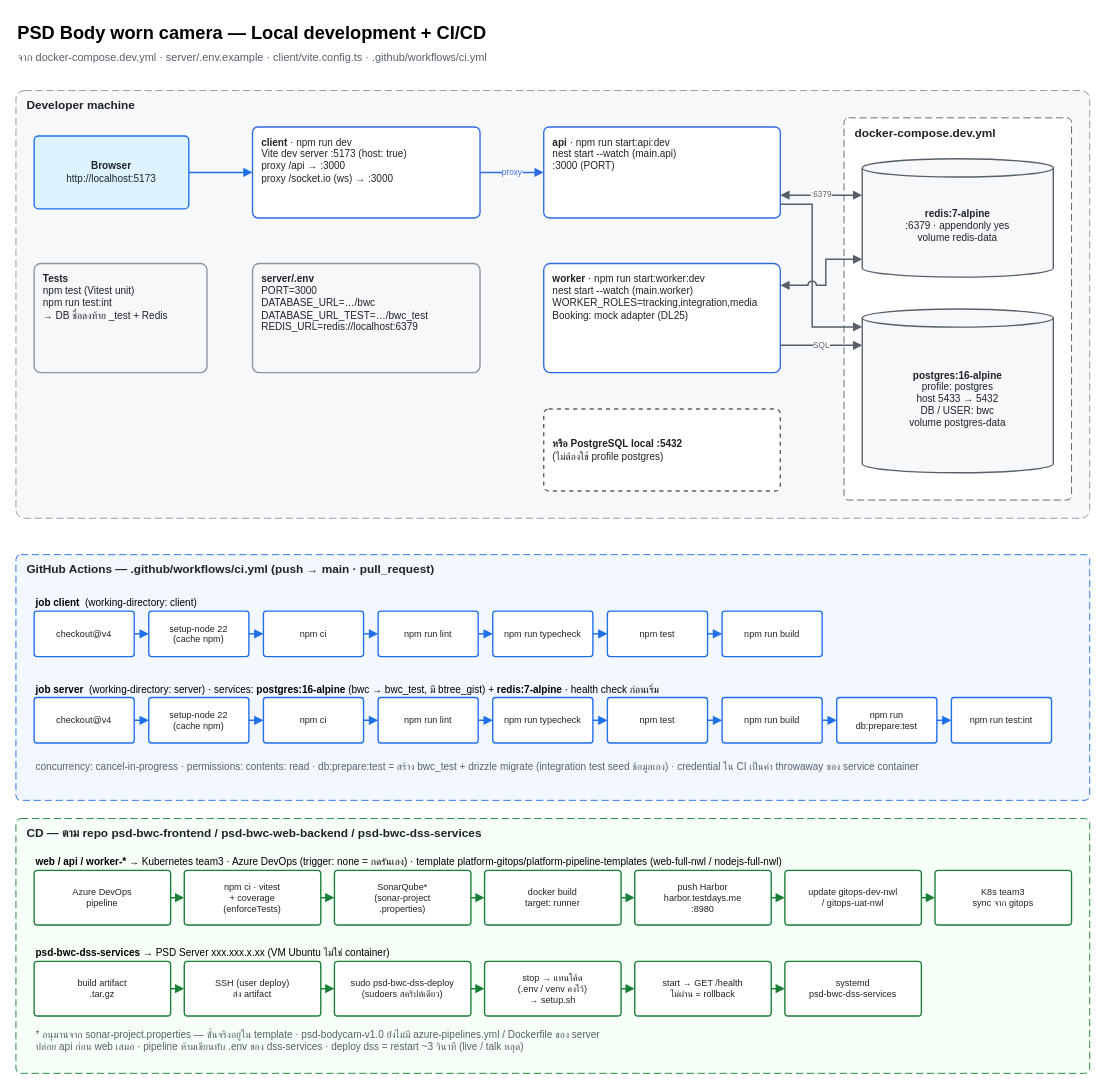
Above: page "Local dev + CI/CD" (2 of 2) of docs/diagrams/infrastructure.drawio in b-werayut/psd-bodycam-v1.0 (draw.io), before the change. Source tidied: cells renumbered, new cells numbered last; positions are measured from the earlier drawing's top-left corner, leaving out a move shared by most shapes. Both pictures are drawn from the tidied source at 91%, with x=0, y=0 at pixel (15, 15).
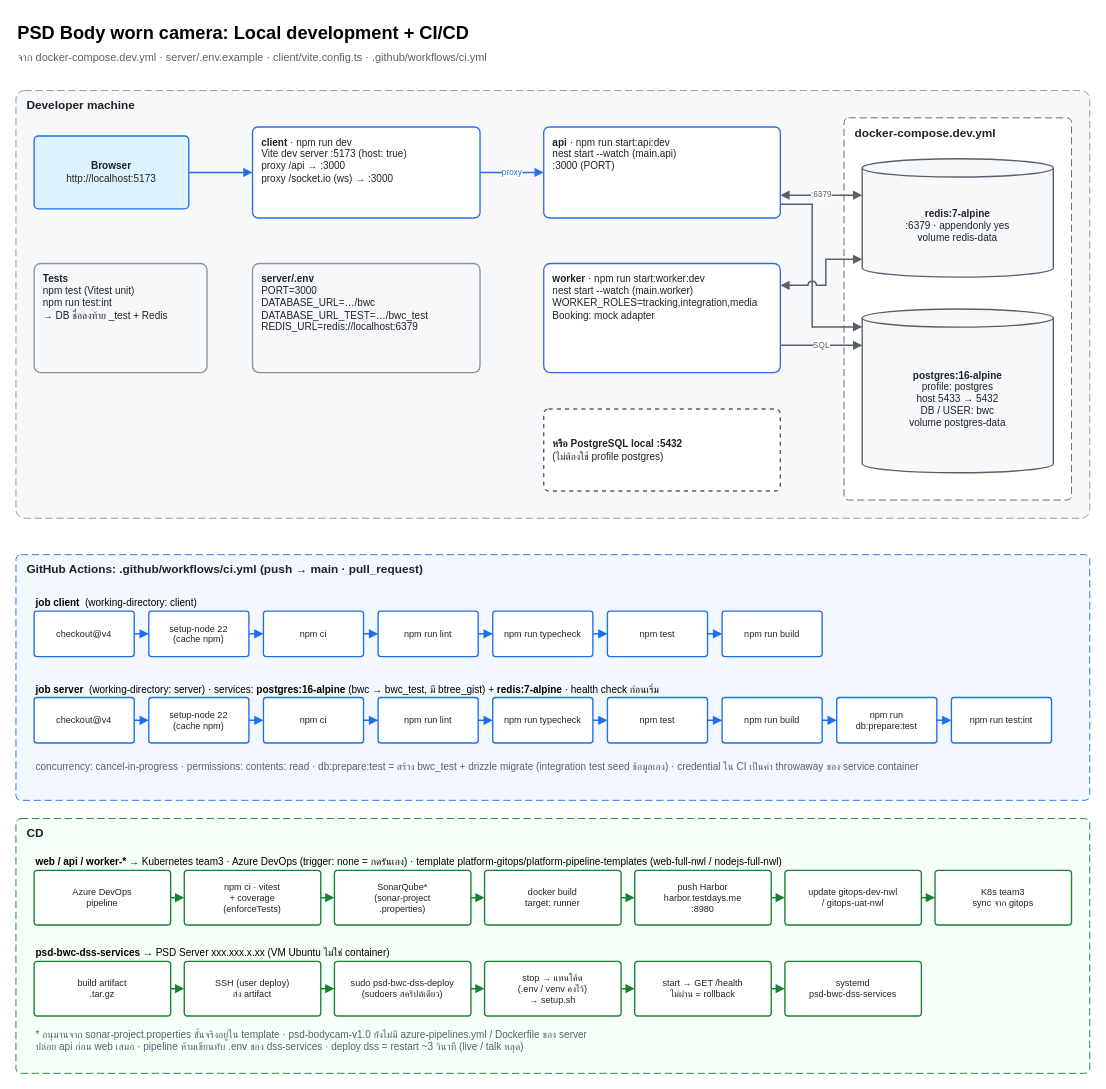
The same diagram, later.

Unchanged cells that the change refers to:
```xml
<mxCell id="4" value="Developer machine" style="rounded=1;arcSize=2;whiteSpace=wrap;html=1;dashed=1;dashPattern=8 4;verticalAlign=top;align=left;spacingLeft=10;spacingTop=2;fontStyle=1;fontSize=13;fontColor=#1F2328;fillColor=#F6F8FA;strokeColor=#8C959F;" parent="1" vertex="1">
  <mxGeometry y="82" width="1180" height="470" as="geometry" />
</mxCell>
```

The edit, as a diff of the source:
```diff
@@
-    <mxCell id="2" value="&lt;b&gt;PSD Body worn camera — Local development + CI/CD&lt;/b&gt;" style="text;html=1;whiteSpace=wrap;strokeColor=none;fillColor=none;align=left;verticalAlign=top;fontSize=20;" parent="1" vertex="1">
+    <mxCell id="2" value="&lt;b&gt;PSD Body worn camera: Local development + CI/CD&lt;/b&gt;" style="text;html=1;whiteSpace=wrap;strokeColor=none;fillColor=none;align=left;verticalAlign=top;fontSize=20;" parent="1" vertex="1">
       <mxGeometry width="1150" height="32" as="geometry" />
     </mxCell>
@@
-    <mxCell id="8" value="&lt;b&gt;worker&lt;/b&gt; · npm run start:worker:dev&lt;br&gt;nest start --watch (main.worker)&lt;br&gt;WORKER_ROLES=tracking,integration,media&lt;br&gt;Booking: mock adapter (DL25)" style="rounded=1;whiteSpace=wrap;html=1;arcSize=6;fontSize=11;fontColor=#1F2328;fillColor=#FFFFFF;strokeColor=#326CE5;strokeWidth=1.5;align=left;verticalAlign=top;spacingLeft=8;spacingTop=4;" parent="4" vertex="1">
+    <mxCell id="8" value="&lt;b&gt;worker&lt;/b&gt; · npm run start:worker:dev&lt;br&gt;nest start --watch (main.worker)&lt;br&gt;WORKER_ROLES=tracking,integration,media&lt;br&gt;Booking: mock adapter" style="rounded=1;whiteSpace=wrap;html=1;arcSize=6;fontSize=11;fontColor=#1F2328;fillColor=#FFFFFF;strokeColor=#326CE5;strokeWidth=1.5;align=left;verticalAlign=top;spacingLeft=8;spacingTop=4;" parent="4" vertex="1">
       <mxGeometry x="580" y="190" width="260" height="120" as="geometry" />
     </mxCell>
@@
-    <mxCell id="21" value="GitHub Actions — .github/workflows/ci.yml (push → main · pull_request)" style="rounded=1;arcSize=2;whiteSpace=wrap;html=1;dashed=1;dashPattern=8 4;verticalAlign=top;align=left;spacingLeft=10;spacingTop=2;fontStyle=1;fontSize=13;fontColor=#1F2328;fillColor=#F3F8FF;strokeColor=#1F6FEB;" parent="1" vertex="1">
+    <mxCell id="21" value="GitHub Actions: .github/workflows/ci.yml (push → main · pull_request)" style="rounded=1;arcSize=2;whiteSpace=wrap;html=1;dashed=1;dashPattern=8 4;verticalAlign=top;align=left;spacingLeft=10;spacingTop=2;fontStyle=1;fontSize=13;fontColor=#1F2328;fillColor=#F3F8FF;strokeColor=#1F6FEB;" parent="1" vertex="1">
       <mxGeometry y="592" width="1180" height="270" as="geometry" />
     </mxCell>
@@
-    <mxCell id="55" value="CD — ตาม repo psd-bwc-frontend / psd-bwc-web-backend / psd-bwc-dss-services" style="rounded=1;arcSize=2;whiteSpace=wrap;html=1;dashed=1;dashPattern=8 4;verticalAlign=top;align=left;spacingLeft=10;spacingTop=2;fontStyle=1;fontSize=13;fontColor=#1F2328;fillColor=#F6FFF8;strokeColor=#1A7F37;" parent="1" vertex="1">
+    <mxCell id="55" value="CD" style="rounded=1;arcSize=2;whiteSpace=wrap;html=1;dashed=1;dashPattern=8 4;verticalAlign=top;align=left;spacingLeft=10;spacingTop=2;fontStyle=1;fontSize=13;fontColor=#1F2328;fillColor=#F6FFF8;strokeColor=#1A7F37;" parent="1" vertex="1">
       <mxGeometry y="882" width="1180" height="280" as="geometry" />
     </mxCell>
@@
-    <mxCell id="82" value="* อนุมานจาก sonar-project.properties — ขั้นจริงอยู่ใน template · psd-bodycam-v1.0 ยังไม่มี azure-pipelines.yml / Dockerfile ของ server&lt;br&gt;ปล่อย api ก่อน web เสมอ · pipeline ห้ามเขียนทับ .env ของ dss-services · deploy dss = restart ~3 วินาที (live / talk หลุด)" style="text;html=1;whiteSpace=wrap;strokeColor=none;fillColor=none;align=left;verticalAlign=top;fontSize=11;fontColor=#57606A;" parent="55" vertex="1">
+    <mxCell id="82" value="* อนุมานจาก sonar-project.properties ขั้นจริงอยู่ใน template · psd-bodycam-v1.0 ยังไม่มี azure-pipelines.yml / Dockerfile ของ server&lt;br&gt;ปล่อย api ก่อน web เสมอ · pipeline ห้ามเขียนทับ .env ของ dss-services · deploy dss = restart ~3 วินาที (live / talk หลุด)" style="text;html=1;whiteSpace=wrap;strokeColor=none;fillColor=none;align=left;verticalAlign=top;fontSize=11;fontColor=#57606A;" parent="55" vertex="1">
       <mxGeometry x="20" y="225" width="1140" height="45" as="geometry" />
     </mxCell>
```
